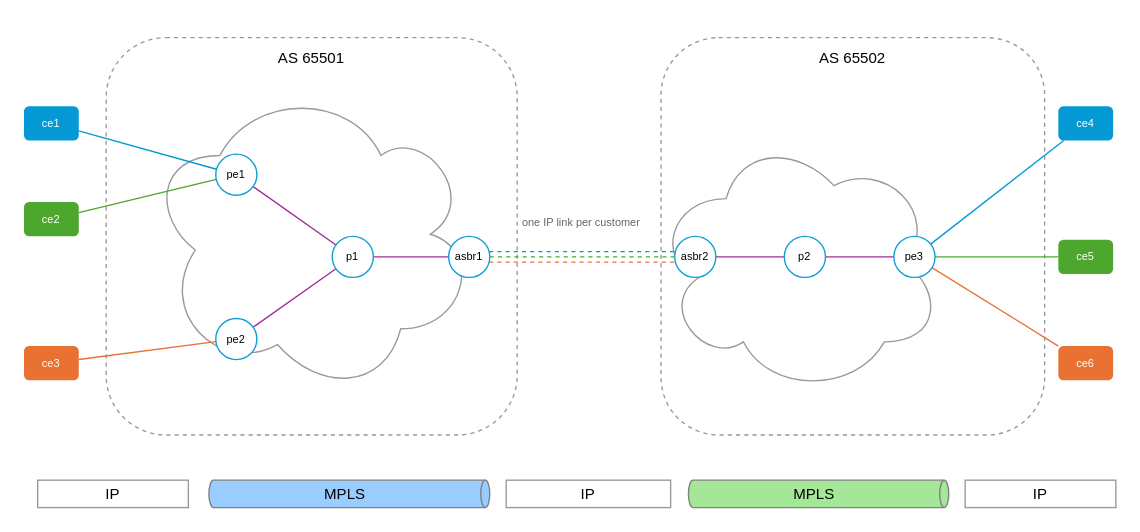
zebra-rs/zebra-rs keeps this draw.io diagram as playset/images/InterASOptionA.drawio. Above is the earlier version. Source tidied: cells renumbered, new cells numbered last; positions are measured from the earlier drawing's top-left corner, leaving out a move shared by most shapes. Both pictures are drawn from the tidied source at 137%, with x=0, y=0 at pixel (23, 37).
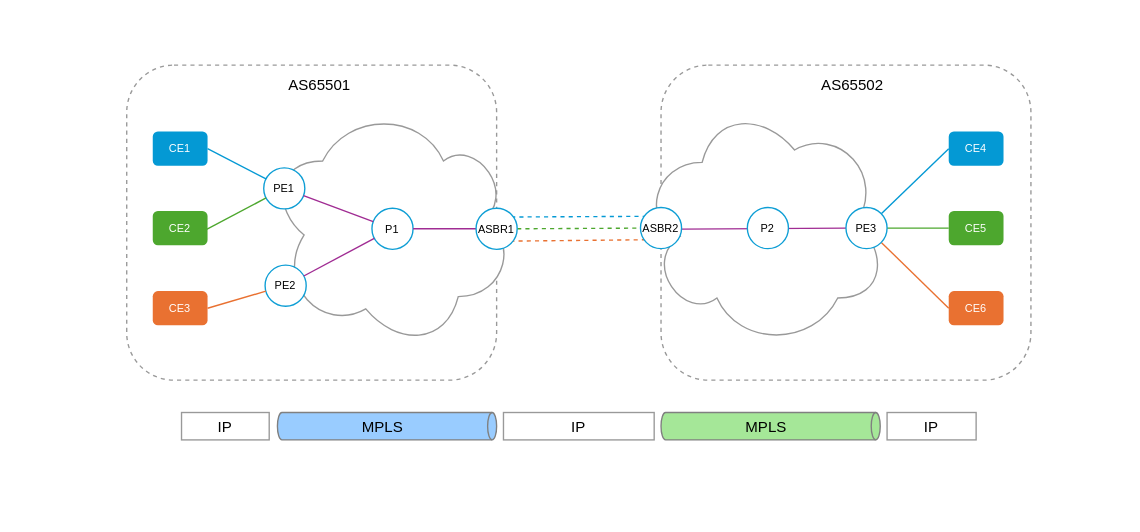
The same page after the edit.

Diff of the diagram source:
```diff
@@
-    <mxCell id="2" style="rounded=1;whiteSpace=wrap;html=1;fillColor=none;dashed=1;strokeColor=#999999;" parent="1" vertex="1">
-      <mxGeometry x="60" width="300" height="290" as="geometry" />
-    </mxCell>
-    <mxCell id="3" style="rounded=1;whiteSpace=wrap;html=1;fillColor=none;dashed=1;strokeColor=#999999;" parent="1" vertex="1">
-      <mxGeometry x="465" width="280" height="290" as="geometry" />
-    </mxCell>
-    <mxCell id="4" style="ellipse;shape=cloud;whiteSpace=wrap;html=1;flipV=1;flipH=1;strokeColor=#999999;" parent="1" vertex="1">
-      <mxGeometry x="95" y="40" width="240" height="230" as="geometry" />
-    </mxCell>
-    <mxCell id="5" style="ellipse;shape=cloud;whiteSpace=wrap;html=1;strokeColor=#999999;" parent="1" vertex="1">
-      <mxGeometry x="460" y="70" width="210" height="190" as="geometry" />
-    </mxCell>
-    <mxCell id="6" value="AS 65501" style="text;html=1;whiteSpace=wrap;strokeColor=none;fillColor=none;align=center;verticalAlign=middle;rounded=0;fontSize=11;" parent="1" vertex="1">
-      <mxGeometry x="175" width="70" height="30" as="geometry" />
-    </mxCell>
-    <mxCell id="7" value="AS 65502" style="text;html=1;whiteSpace=wrap;strokeColor=none;fillColor=none;align=center;verticalAlign=middle;rounded=0;fontSize=11;" parent="1" vertex="1">
-      <mxGeometry x="570" width="70" height="30" as="geometry" />
-    </mxCell>
-    <mxCell id="8" style="endArrow=none;html=1;rounded=0;strokeColor=#0499D4;" parent="1" edge="1" source="30" target="23">
-      <mxGeometry relative="1" as="geometry" />
-    </mxCell>
-    <mxCell id="9" style="endArrow=none;html=1;rounded=0;strokeColor=#4DA72E;" parent="1" edge="1" source="31" target="23">
-      <mxGeometry relative="1" as="geometry" />
-    </mxCell>
-    <mxCell id="10" style="endArrow=none;html=1;rounded=0;strokeColor=#E97131;" parent="1" edge="1" source="32" target="24">
-      <mxGeometry relative="1" as="geometry" />
-    </mxCell>
-    <mxCell id="11" style="endArrow=none;html=1;rounded=0;strokeColor=#A02C93;" parent="1" edge="1" source="23" target="25">
-      <mxGeometry relative="1" as="geometry" />
-    </mxCell>
-    <mxCell id="12" style="endArrow=none;html=1;rounded=0;strokeColor=#A02C93;" parent="1" edge="1" source="24" target="25">
-      <mxGeometry relative="1" as="geometry" />
-    </mxCell>
-    <mxCell id="13" style="endArrow=none;html=1;rounded=0;strokeColor=#A02C93;" parent="1" edge="1" source="25" target="26">
-      <mxGeometry relative="1" as="geometry" />
-    </mxCell>
-    <mxCell id="14" style="endArrow=none;html=1;rounded=0;strokeColor=#A02C93;" parent="1" edge="1" source="27" target="28">
-      <mxGeometry relative="1" as="geometry" />
-    </mxCell>
-    <mxCell id="15" style="endArrow=none;html=1;rounded=0;strokeColor=#A02C93;" parent="1" edge="1" source="28" target="29">
-      <mxGeometry relative="1" as="geometry" />
-    </mxCell>
-    <mxCell id="16" style="endArrow=none;html=1;rounded=0;strokeColor=#0499D4;" parent="1" edge="1" source="29" target="33">
-      <mxGeometry relative="1" as="geometry" />
-    </mxCell>
-    <mxCell id="17" style="endArrow=none;html=1;rounded=0;strokeColor=#4DA72E;" parent="1" edge="1" source="29" target="34">
-      <mxGeometry relative="1" as="geometry" />
-    </mxCell>
-    <mxCell id="18" style="endArrow=none;html=1;rounded=0;strokeColor=#E97131;" parent="1" edge="1" source="29" target="35">
-      <mxGeometry relative="1" as="geometry" />
-    </mxCell>
-    <mxCell id="19" style="endArrow=none;html=1;rounded=0;dashed=1;strokeColor=#0499D4;exitX=1;exitY=0.35;exitDx=0;exitDy=0;entryX=0;entryY=0.35;entryDx=0;entryDy=0;" parent="1" edge="1" source="26" target="27">
-      <mxGeometry relative="1" as="geometry" />
-    </mxCell>
-    <mxCell id="20" style="endArrow=none;html=1;rounded=0;dashed=1;strokeColor=#4DA72E;exitX=1;exitY=0.5;exitDx=0;exitDy=0;entryX=0;entryY=0.5;entryDx=0;entryDy=0;" parent="1" edge="1" source="26" target="27">
-      <mxGeometry relative="1" as="geometry" />
-    </mxCell>
-    <mxCell id="21" style="endArrow=none;html=1;rounded=0;dashed=1;strokeColor=#E97131;exitX=1;exitY=0.65;exitDx=0;exitDy=0;entryX=0;entryY=0.65;entryDx=0;entryDy=0;" parent="1" edge="1" source="26" target="27">
-      <mxGeometry relative="1" as="geometry" />
-    </mxCell>
-    <mxCell id="22" value="one IP link per customer" style="text;html=1;whiteSpace=wrap;strokeColor=none;fillColor=none;align=center;verticalAlign=middle;rounded=0;fontSize=8;fontColor=#666666;" parent="1" vertex="1">
-      <mxGeometry x="337" y="128" width="140" height="14" as="geometry" />
-    </mxCell>
-    <mxCell id="23" value="pe1" style="ellipse;whiteSpace=wrap;html=1;strokeColor=#0E9ED5;fillColor=#FFFFFF;fontSize=8;" parent="1" vertex="1">
-      <mxGeometry x="140" y="85" width="30" height="30" as="geometry" />
-    </mxCell>
-    <mxCell id="24" value="pe2" style="ellipse;whiteSpace=wrap;html=1;strokeColor=#0E9ED5;fillColor=#FFFFFF;fontSize=8;" parent="1" vertex="1">
-      <mxGeometry x="140" y="205" width="30" height="30" as="geometry" />
-    </mxCell>
-    <mxCell id="25" value="p1" style="ellipse;whiteSpace=wrap;html=1;strokeColor=#0E9ED5;fillColor=#FFFFFF;fontSize=8;" parent="1" vertex="1">
-      <mxGeometry x="225" y="145" width="30" height="30" as="geometry" />
-    </mxCell>
-    <mxCell id="26" value="asbr1" style="ellipse;whiteSpace=wrap;html=1;strokeColor=#0E9ED5;fillColor=#FFFFFF;fontSize=8;" parent="1" vertex="1">
-      <mxGeometry x="310" y="145" width="30" height="30" as="geometry" />
-    </mxCell>
-    <mxCell id="27" value="asbr2" style="ellipse;whiteSpace=wrap;html=1;strokeColor=#0E9ED5;fillColor=#FFFFFF;fontSize=8;" parent="1" vertex="1">
-      <mxGeometry x="475" y="145" width="30" height="30" as="geometry" />
-    </mxCell>
-    <mxCell id="28" value="p2" style="ellipse;whiteSpace=wrap;html=1;strokeColor=#0E9ED5;fillColor=#FFFFFF;fontSize=8;" parent="1" vertex="1">
-      <mxGeometry x="555" y="145" width="30" height="30" as="geometry" />
-    </mxCell>
-    <mxCell id="29" value="pe3" style="ellipse;whiteSpace=wrap;html=1;strokeColor=#0E9ED5;fillColor=#FFFFFF;fontSize=8;" parent="1" vertex="1">
-      <mxGeometry x="635" y="145" width="30" height="30" as="geometry" />
-    </mxCell>
-    <mxCell id="30" value="ce1" style="rounded=1;whiteSpace=wrap;html=1;fillStyle=solid;fillColor=#0499D4;strokeColor=none;fontSize=8;fontColor=#FFFFFF;" parent="1" vertex="1">
-      <mxGeometry y="50" width="40" height="25" as="geometry" />
-    </mxCell>
-    <mxCell id="31" value="ce2" style="rounded=1;whiteSpace=wrap;html=1;fillStyle=solid;fillColor=#4DA72E;strokeColor=none;fontSize=8;fontColor=#FFFFFF;" parent="1" vertex="1">
-      <mxGeometry y="120" width="40" height="25" as="geometry" />
-    </mxCell>
-    <mxCell id="32" value="ce3" style="rounded=1;whiteSpace=wrap;html=1;fillStyle=solid;fillColor=#E97131;strokeColor=none;fontSize=8;fontColor=#FFFFFF;" parent="1" vertex="1">
-      <mxGeometry y="225" width="40" height="25" as="geometry" />
-    </mxCell>
-    <mxCell id="33" value="ce4" style="rounded=1;whiteSpace=wrap;html=1;fillStyle=solid;fillColor=#0499D4;strokeColor=none;fontSize=8;fontColor=#FFFFFF;" parent="1" vertex="1">
-      <mxGeometry x="755" y="50" width="40" height="25" as="geometry" />
-    </mxCell>
-    <mxCell id="34" value="ce5" style="rounded=1;whiteSpace=wrap;html=1;fillStyle=solid;fillColor=#4DA72E;strokeColor=none;fontSize=8;fontColor=#FFFFFF;" parent="1" vertex="1">
-      <mxGeometry x="755" y="147.5" width="40" height="25" as="geometry" />
-    </mxCell>
-    <mxCell id="35" value="ce6" style="rounded=1;whiteSpace=wrap;html=1;fillStyle=solid;fillColor=#E97131;strokeColor=none;fontSize=8;fontColor=#FFFFFF;" parent="1" vertex="1">
-      <mxGeometry x="755" y="225" width="40" height="25" as="geometry" />
-    </mxCell>
-    <mxCell id="36" value="IP" style="rounded=0;whiteSpace=wrap;html=1;strokeColor=#999999;fontSize=11;" parent="1" vertex="1">
-      <mxGeometry x="10" y="323" width="110" height="20" as="geometry" />
-    </mxCell>
-    <mxCell id="37" value="MPLS" style="shape=cylinder3;whiteSpace=wrap;html=1;boundedLbl=1;backgroundOutline=1;size=3.285714285714164;direction=south;strokeColor=#808080;fillColor=light-dark(#99CCFF,#2566A8);fontColor=#000000;fontSize=11;" parent="1" vertex="1">
-      <mxGeometry x="135" y="323" width="205" height="20" as="geometry" />
-    </mxCell>
-    <mxCell id="38" value="IP" style="rounded=0;whiteSpace=wrap;html=1;strokeColor=#999999;fontSize=11;" parent="1" vertex="1">
-      <mxGeometry x="352" y="323" width="120" height="20" as="geometry" />
-    </mxCell>
-    <mxCell id="39" value="MPLS" style="shape=cylinder3;whiteSpace=wrap;html=1;boundedLbl=1;backgroundOutline=1;size=3.285714285714164;direction=south;strokeColor=#808080;fillColor=light-dark(#A5E798,#003900);fontColor=#000000;fontSize=11;" parent="1" vertex="1">
-      <mxGeometry x="485" y="323" width="190" height="20" as="geometry" />
-    </mxCell>
-    <mxCell id="40" value="IP" style="rounded=0;whiteSpace=wrap;html=1;strokeColor=#999999;fontSize=11;" parent="1" vertex="1">
-      <mxGeometry x="687" y="323" width="110" height="20" as="geometry" />
-    </mxCell>
+    <mxCell id="41" style="rounded=0;whiteSpace=wrap;html=1;strokeColor=none;" parent="1" vertex="1">
+      <mxGeometry x="45" y="-10" width="720" height="330" as="geometry" />
+    </mxCell>
+    <mxCell id="42" style="rounded=1;whiteSpace=wrap;html=1;fillColor=none;dashed=1;strokeColor=#999999;" parent="1" vertex="1">
+      <mxGeometry x="465" y="20" width="270" height="230" as="geometry" />
+    </mxCell>
+    <mxCell id="43" style="ellipse;shape=cloud;whiteSpace=wrap;html=1;strokeColor=#999999;" parent="1" vertex="1">
+      <mxGeometry x="450" y="46" width="180" height="180" as="geometry" />
+    </mxCell>
+    <mxCell id="44" style="rounded=1;whiteSpace=wrap;html=1;fillColor=none;dashed=1;strokeColor=#999999;" parent="1" vertex="1">
+      <mxGeometry x="75" y="20" width="270" height="230" as="geometry" />
+    </mxCell>
+    <mxCell id="45" style="ellipse;shape=cloud;whiteSpace=wrap;html=1;flipV=1;flipH=1;strokeColor=#999999;" parent="1" vertex="1">
+      <mxGeometry x="182" y="54" width="180" height="180" as="geometry" />
+    </mxCell>
+    <mxCell id="46" value="PE1" style="ellipse;whiteSpace=wrap;html=1;strokeColor=#0E9ED5;fontSize=8;" parent="1" vertex="1">
+      <mxGeometry x="175" y="95" width="30" height="30" as="geometry" />
+    </mxCell>
+    <mxCell id="47" value="&lt;font&gt;P1&lt;/font&gt;" style="ellipse;whiteSpace=wrap;html=1;strokeColor=#0E9ED5;fontSize=8;" parent="1" vertex="1">
+      <mxGeometry x="254" y="124.5" width="30" height="30" as="geometry" />
+    </mxCell>
+    <mxCell id="48" value="&lt;font&gt;PE2&lt;/font&gt;" style="ellipse;whiteSpace=wrap;html=1;strokeColor=#0E9ED5;fontSize=8;" parent="1" vertex="1">
+      <mxGeometry x="176" y="166" width="30" height="30" as="geometry" />
+    </mxCell>
+    <mxCell id="49" value="CE1" style="rounded=1;whiteSpace=wrap;html=1;fillStyle=solid;fillColor=#0499D4;strokeColor=none;fontSize=8;fontColor=#FFFFFF;" parent="1" vertex="1">
+      <mxGeometry x="94" y="68.5" width="40" height="25" as="geometry" />
+    </mxCell>
+    <mxCell id="50" value="CE4" style="rounded=1;whiteSpace=wrap;html=1;fillStyle=solid;fillColor=#0499D4;strokeColor=none;fontSize=8;fontColor=#FFFFFF;" parent="1" vertex="1">
+      <mxGeometry x="675" y="68.5" width="40" height="25" as="geometry" />
+    </mxCell>
+    <mxCell id="51" style="endArrow=none;html=1;rounded=0;exitX=1;exitY=0.5;exitDx=0;exitDy=0;strokeColor=#0499D4;fillColor=#0499D4;" parent="1" edge="1" source="49" target="46">
+      <mxGeometry relative="1" as="geometry" />
+    </mxCell>
+    <mxCell id="52" value="CE5" style="rounded=1;whiteSpace=wrap;html=1;fillStyle=solid;fillColor=#4DA72E;strokeColor=none;fontSize=8;fontColor=#FFFFFF;" parent="1" vertex="1">
+      <mxGeometry x="675" y="126.5" width="40" height="25" as="geometry" />
+    </mxCell>
+    <mxCell id="53" value="CE2" style="rounded=1;whiteSpace=wrap;html=1;fillStyle=solid;fillColor=#4DA72E;strokeColor=none;fontSize=8;fontColor=#FFFFFF;" parent="1" vertex="1">
+      <mxGeometry x="94" y="126.5" width="40" height="25" as="geometry" />
+    </mxCell>
+    <mxCell id="54" value="CE3" style="rounded=1;whiteSpace=wrap;html=1;fillStyle=solid;fillColor=#E97131;strokeColor=none;fontSize=8;fontColor=#FFFFFF;" parent="1" vertex="1">
+      <mxGeometry x="94" y="185" width="40" height="25" as="geometry" />
+    </mxCell>
+    <mxCell id="55" value="CE6" style="rounded=1;whiteSpace=wrap;html=1;fillStyle=solid;fillColor=#E97131;strokeColor=none;fontSize=8;fontColor=#FFFFFF;" parent="1" vertex="1">
+      <mxGeometry x="675" y="185" width="40" height="25" as="geometry" />
+    </mxCell>
+    <mxCell id="56" style="endArrow=none;html=1;rounded=0;strokeColor=#4DA72E;exitX=0.957;exitY=0.562;exitDx=0;exitDy=0;exitPerimeter=0;" parent="1" edge="1" source="53" target="46">
+      <mxGeometry relative="1" as="geometry" />
+    </mxCell>
+    <mxCell id="57" style="endArrow=none;html=1;rounded=0;exitX=1;exitY=0.5;exitDx=0;exitDy=0;strokeColor=#E97131;" parent="1" edge="1" source="54" target="48">
+      <mxGeometry relative="1" as="geometry" />
+    </mxCell>
+    <mxCell id="58" style="endArrow=none;html=1;rounded=0;entryX=0;entryY=0.5;entryDx=0;entryDy=0;strokeColor=#0499D4;" parent="1" edge="1" source="70" target="50">
+      <mxGeometry relative="1" as="geometry" />
+    </mxCell>
+    <mxCell id="59" style="endArrow=none;html=1;rounded=0;entryX=0;entryY=0.5;entryDx=0;entryDy=0;strokeColor=#4DA72E;" parent="1" edge="1" source="70" target="52">
+      <mxGeometry relative="1" as="geometry" />
+    </mxCell>
+    <mxCell id="60" style="endArrow=none;html=1;rounded=0;entryX=0;entryY=0.5;entryDx=0;entryDy=0;strokeColor=#E97131;" parent="1" edge="1" source="70" target="55">
+      <mxGeometry relative="1" as="geometry" />
+    </mxCell>
+    <mxCell id="61" style="endArrow=none;html=1;rounded=0;strokeColor=#A02C93;" parent="1" edge="1" source="47" target="67">
+      <mxGeometry relative="1" as="geometry" />
+    </mxCell>
+    <mxCell id="62" style="endArrow=none;html=1;rounded=0;strokeColor=#A02C93;" parent="1" edge="1" source="46" target="47">
+      <mxGeometry relative="1" as="geometry" />
+    </mxCell>
+    <mxCell id="63" style="endArrow=none;html=1;rounded=0;strokeColor=#A02C93;" parent="1" edge="1" source="48" target="47">
+      <mxGeometry relative="1" as="geometry" />
+    </mxCell>
+    <mxCell id="64" style="endArrow=none;html=1;rounded=0;entryX=0;entryY=0;entryDx=0;entryDy=0;strokeColor=#0499D4;exitX=1;exitY=0;exitDx=0;exitDy=0;dashed=1;" parent="1" edge="1">
+      <mxGeometry relative="1" as="geometry">
+        <mxPoint x="355.6" y="130.9" as="sourcePoint" />
+        <mxPoint x="454.4" y="130.4" as="targetPoint" />
+      </mxGeometry>
+    </mxCell>
+    <mxCell id="65" style="endArrow=none;html=1;rounded=0;strokeColor=#4DA72E;dashed=1;" parent="1" edge="1" source="67" target="71">
+      <mxGeometry relative="1" as="geometry" />
+    </mxCell>
+    <mxCell id="66" style="endArrow=none;html=1;rounded=0;entryX=0;entryY=0;entryDx=0;entryDy=0;strokeColor=#E97131;exitX=1;exitY=0;exitDx=0;exitDy=0;dashed=1;" parent="1" edge="1">
+      <mxGeometry relative="1" as="geometry">
+        <mxPoint x="355" y="148.5" as="sourcePoint" />
+        <mxPoint x="453" y="147.5" as="targetPoint" />
+      </mxGeometry>
+    </mxCell>
+    <mxCell id="67" value="ASBR1" style="ellipse;whiteSpace=wrap;html=1;strokeColor=#0E9ED5;fontSize=8;" parent="1" vertex="1">
+      <mxGeometry x="330" y="124.5" width="30" height="30" as="geometry" />
+    </mxCell>
+    <mxCell id="68" style="endArrow=none;html=1;rounded=0;strokeColor=#A02C93;" parent="1" edge="1" target="70">
+      <mxGeometry relative="1" as="geometry">
+        <mxPoint x="480" y="139.7" as="sourcePoint" />
+      </mxGeometry>
+    </mxCell>
+    <mxCell id="69" value="&lt;span&gt;P2&lt;/span&gt;" style="ellipse;whiteSpace=wrap;html=1;strokeColor=#0E9ED5;fontSize=8;" parent="1" vertex="1">
+      <mxGeometry x="528" y="124" width="30" height="30" as="geometry" />
+    </mxCell>
+    <mxCell id="70" value="PE3" style="ellipse;whiteSpace=wrap;html=1;strokeColor=#0E9ED5;fontSize=8;" parent="1" vertex="1">
+      <mxGeometry x="600" y="124" width="30" height="30" as="geometry" />
+    </mxCell>
+    <mxCell id="71" value="&lt;span&gt;ASBR2&lt;/span&gt;" style="ellipse;whiteSpace=wrap;html=1;strokeColor=#0E9ED5;fontSize=8;" parent="1" vertex="1">
+      <mxGeometry x="450" y="124" width="30" height="30" as="geometry" />
+    </mxCell>
+    <mxCell id="72" value="AS65501" style="text;html=1;whiteSpace=wrap;strokeColor=none;fillColor=none;align=center;verticalAlign=middle;rounded=0;fontSize=11;" parent="1" vertex="1">
+      <mxGeometry x="181" y="20" width="70" height="30" as="geometry" />
+    </mxCell>
+    <mxCell id="73" value="AS65502" style="text;html=1;whiteSpace=wrap;strokeColor=none;fillColor=none;align=center;verticalAlign=middle;rounded=0;fontSize=11;" parent="1" vertex="1">
+      <mxGeometry x="570" y="20" width="70" height="30" as="geometry" />
+    </mxCell>
+    <mxCell id="74" value="&lt;font&gt;MPLS&lt;/font&gt;" style="shape=cylinder3;whiteSpace=wrap;html=1;boundedLbl=1;backgroundOutline=1;size=3.285714285714164;direction=south;strokeColor=#808080;fillColor=light-dark(#99CCFF,#2566A8);fontColor=#000000;fontSize=11;" parent="1" vertex="1">
+      <mxGeometry x="185" y="273.6" width="160" height="20" as="geometry" />
+    </mxCell>
+    <mxCell id="75" value="&lt;font style=&quot;color: rgb(0, 0, 0);&quot;&gt;MPLS&lt;/font&gt;" style="shape=cylinder3;whiteSpace=wrap;html=1;boundedLbl=1;backgroundOutline=1;size=3.285714285714164;direction=south;strokeColor=#808080;fillColor=light-dark(#A5E798,#003900);fontColor=#FFFFFF;fontSize=11;" parent="1" vertex="1">
+      <mxGeometry x="465" y="273.6" width="160" height="20" as="geometry" />
+    </mxCell>
+    <mxCell id="76" value="&lt;font&gt;IP&lt;/font&gt;" style="rounded=0;whiteSpace=wrap;html=1;strokeColor=#999999;fontSize=11;" parent="1" vertex="1">
+      <mxGeometry x="115" y="273.6" width="64" height="20" as="geometry" />
+    </mxCell>
+    <mxCell id="77" value="&lt;font&gt;IP&lt;/font&gt;" style="rounded=0;whiteSpace=wrap;html=1;strokeColor=#999999;fontSize=11;" parent="1" vertex="1">
+      <mxGeometry x="630" y="273.6" width="65" height="20" as="geometry" />
+    </mxCell>
+    <mxCell id="78" value="&lt;font&gt;IP&lt;/font&gt;" style="rounded=0;whiteSpace=wrap;html=1;strokeColor=#999999;fontSize=11;" parent="1" vertex="1">
+      <mxGeometry x="350" y="273.6" width="110" height="20" as="geometry" />
+    </mxCell>
```
